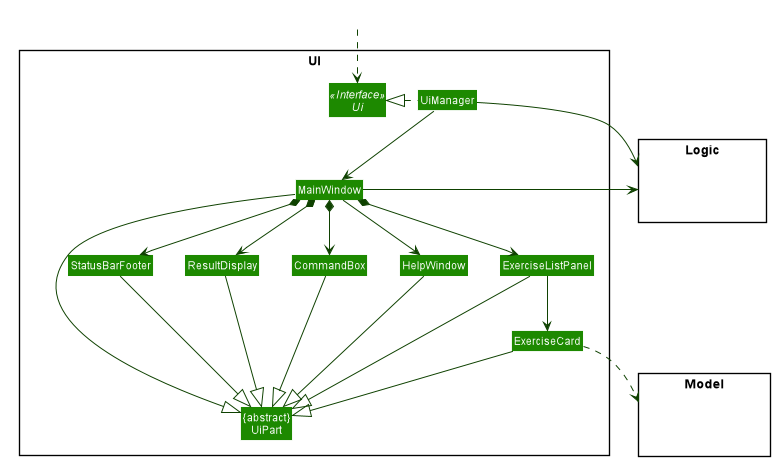
Earlier version of the PlantUML export images/UiClassDiagram.png (alloystory/cs2103t_zerotoone).
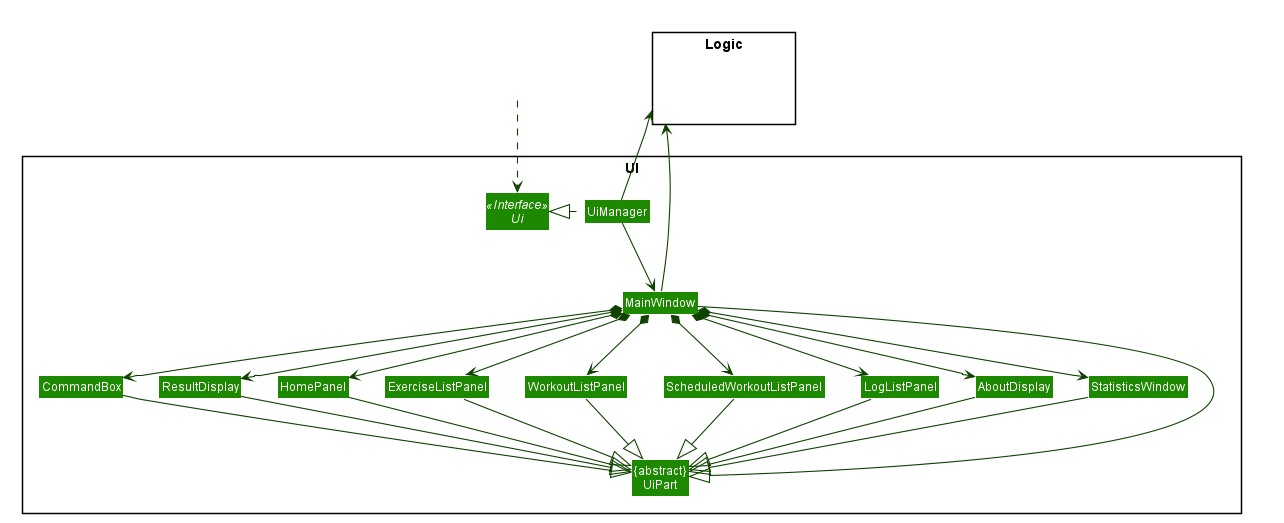
Later version of the same file.

Change to the diagram source:
```diff
@@ -1,4 +1,6 @@
 @startuml
+
+
 
 
 
@@ -52,24 +54,25 @@
 skinparam classBackgroundColor #1D8900
 
 package UI <<Rectangle>>{
-Interface Ui <<Interface>>
-Class "{abstract}\nUiPart" as UiPart
-Class UiManager
-Class MainWindow
-Class HelpWindow
-Class ResultDisplay
-Class ExerciseListPanel
-Class ExerciseCard
-Class StatusBarFooter
-Class CommandBox
-}
+    Interface Ui <<Interface>>
+    Class UiManager
+    Class MainWindow
 
-package Model <<Rectangle>> {
-Class HiddenModel #FFFFFF
+    Class "{abstract}\nUiPart" as UiPart
+    Class CommandBox
+    Class ResultDisplay
+
+    Class HomePanel
+    Class ExerciseListPanel
+    Class WorkoutListPanel
+    Class ScheduledWorkoutListPanel
+    Class LogListPanel
+    Class AboutDisplay
+    Class StatisticsWindow
 }
 
 package Logic <<Rectangle>> {
-Class HiddenLogic #FFFFFF
+    Class HiddenLogic #FFFFFF
 }
 
 Class HiddenOutside #FFFFFF
@@ -77,31 +80,36 @@
 
 UiManager .left.|> Ui
 UiManager -down-> MainWindow
-MainWindow --> HelpWindow
+UiManager -up-> Logic
+MainWindow -up-> Logic
+
 MainWindow *-down-> CommandBox
 MainWindow *-down-> ResultDisplay
+MainWindow *-down-> HomePanel
 MainWindow *-down-> ExerciseListPanel
-MainWindow *-down-> StatusBarFooter
+MainWindow *-down-> WorkoutListPanel
+MainWindow *-down-> ScheduledWorkoutListPanel
+MainWindow *-down-> LogListPanel
+MainWindow *-down-> AboutDisplay
+MainWindow *-down-> StatisticsWindow
 
-ExerciseListPanel -down-> ExerciseCard
+MainWindow --|> UiPart
+CommandBox --|> UiPart
+ResultDisplay --|> UiPart
+HomePanel --|> UiPart
+ExerciseListPanel --|> UiPart
+WorkoutListPanel --|> UiPart
+ScheduledWorkoutListPanel --|> UiPart
+LogListPanel --|> UiPart
+AboutDisplay --|> UiPart
+StatisticsWindow --|> UiPart
 
-MainWindow -left-|> UiPart
-
-ResultDisplay --|> UiPart
-CommandBox --|> UiPart
-ExerciseListPanel --|> UiPart
-ExerciseCard --|> UiPart
-StatusBarFooter --|> UiPart
-HelpWindow -down-|> UiPart
-
-ExerciseCard ..> Model
-UiManager -right-> Logic
-MainWindow -left-> Logic
-
-ExerciseListPanel -[hidden]left- HelpWindow
-HelpWindow -[hidden]left- CommandBox
-CommandBox -[hidden]left- ResultDisplay
-ResultDisplay -[hidden]left- StatusBarFooter
-
-MainWindow -[hidden]-|> UiPart
+CommandBox -right[hidden]- ResultDisplay
+ResultDisplay -right[hidden]- HomePanel
+HomePanel -right[hidden]- ExerciseListPanel
+ExerciseListPanel -right[hidden]- WorkoutListPanel
+WorkoutListPanel -right[hidden]- ScheduledWorkoutListPanel
+ScheduledWorkoutListPanel -right[hidden]- LogListPanel
+LogListPanel -right[hidden]- AboutDisplay
+AboutDisplay -right[hidden]- StatisticsWindow
 @enduml
```
